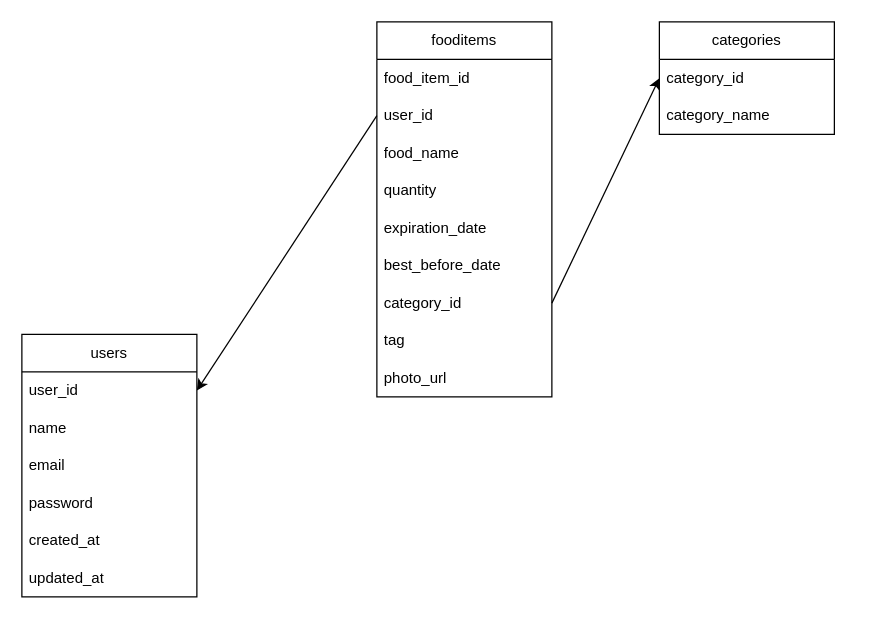
tomo332/fridge-minder keeps this draw.io diagram as public/app.drawio. Above is the earlier version. Source tidied: cells renumbered, new cells numbered last; positions are measured from the earlier drawing's top-left corner, leaving out a move shared by most shapes. Both pictures are drawn from the tidied source at 125%, with x=0, y=0 at pixel (21, 21).
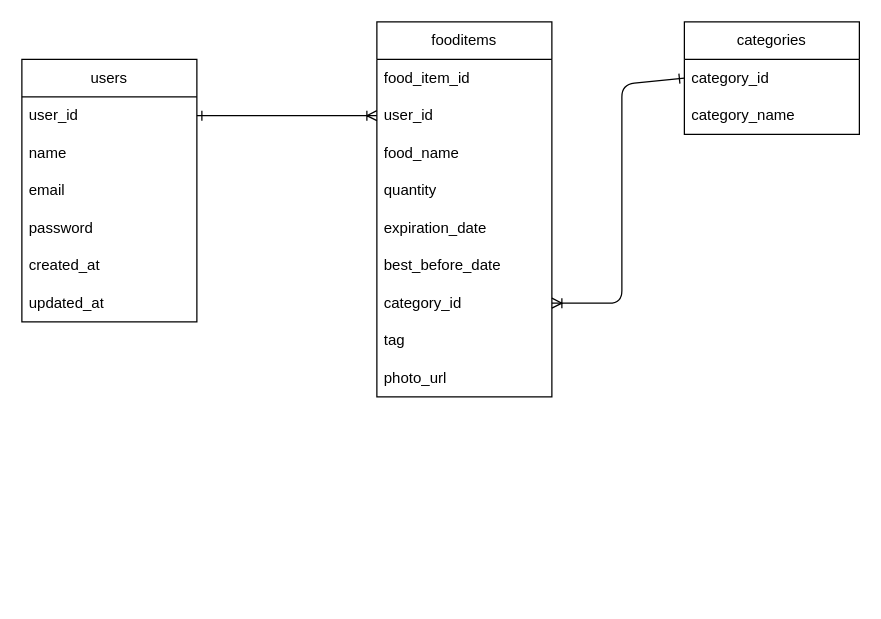
After the change.

Unchanged cells that the change refers to:
```xml
<mxCell id="3" value="user_id" style="text;strokeColor=none;fillColor=none;align=left;verticalAlign=middle;spacingLeft=4;spacingRight=4;overflow=hidden;points=[[0,0.5],[1,0.5]];portConstraint=eastwest;whiteSpace=wrap;html=1;" parent="2" vertex="1">
  <mxGeometry y="30" width="140" height="30" as="geometry" />
</mxCell>
<mxCell id="11" value="user_id" style="text;strokeColor=none;fillColor=none;align=left;verticalAlign=middle;spacingLeft=4;spacingRight=4;overflow=hidden;points=[[0,0.5],[1,0.5]];portConstraint=eastwest;whiteSpace=wrap;html=1;" parent="9" vertex="1">
  <mxGeometry y="60" width="140" height="30" as="geometry" />
</mxCell>
<mxCell id="16" value="category_id" style="text;strokeColor=none;fillColor=none;align=left;verticalAlign=middle;spacingLeft=4;spacingRight=4;overflow=hidden;points=[[0,0.5],[1,0.5]];portConstraint=eastwest;whiteSpace=wrap;html=1;" parent="9" vertex="1">
  <mxGeometry y="210" width="140" height="30" as="geometry" />
</mxCell>
```

What changed in the source:
```diff
@@
     <mxCell id="2" value="users" style="swimlane;fontStyle=0;horizontal=1;startSize=30;whiteSpace=wrap;html=1;" parent="1" vertex="1">
-      <mxGeometry y="250" width="140" height="210" as="geometry" />
+      <mxGeometry y="30" width="140" height="210" as="geometry" />
     </mxCell>
@@
     <mxCell id="19" value="categories" style="swimlane;fontStyle=0;horizontal=1;startSize=30;whiteSpace=wrap;html=1;" parent="1" vertex="1">
-      <mxGeometry x="510" width="140" height="90" as="geometry" />
+      <mxGeometry x="530" width="140" height="90" as="geometry" />
     </mxCell>
@@
-    <mxCell id="22" style="edgeStyle=none;html=1;exitX=0;exitY=0.5;exitDx=0;exitDy=0;entryX=1;entryY=0.5;entryDx=0;entryDy=0;" parent="1" edge="1" source="11" target="3">
+    <mxCell id="22" style="edgeStyle=none;html=1;exitX=0;exitY=0.5;exitDx=0;exitDy=0;entryX=1;entryY=0.5;entryDx=0;entryDy=0;endArrow=ERone;endFill=0;startArrow=ERoneToMany;startFill=0;" parent="1" edge="1" source="11" target="3">
       <mxGeometry relative="1" as="geometry" />
     </mxCell>
-    <mxCell id="23" style="edgeStyle=none;html=1;exitX=1;exitY=0.5;exitDx=0;exitDy=0;entryX=0;entryY=0.5;entryDx=0;entryDy=0;" parent="1" edge="1" source="16" target="19">
-      <mxGeometry relative="1" as="geometry" />
+    <mxCell id="23" style="edgeStyle=none;html=1;exitX=1;exitY=0.5;exitDx=0;exitDy=0;entryX=0;entryY=0.5;entryDx=0;entryDy=0;startArrow=ERoneToMany;startFill=0;endArrow=ERone;endFill=0;" parent="1" edge="1" source="16" target="19">
+      <mxGeometry relative="1" as="geometry">
+        <Array as="points">
+          <mxPoint x="480" y="225" />
+          <mxPoint x="480" y="50" />
+        </Array>
+      </mxGeometry>
     </mxCell>
```
